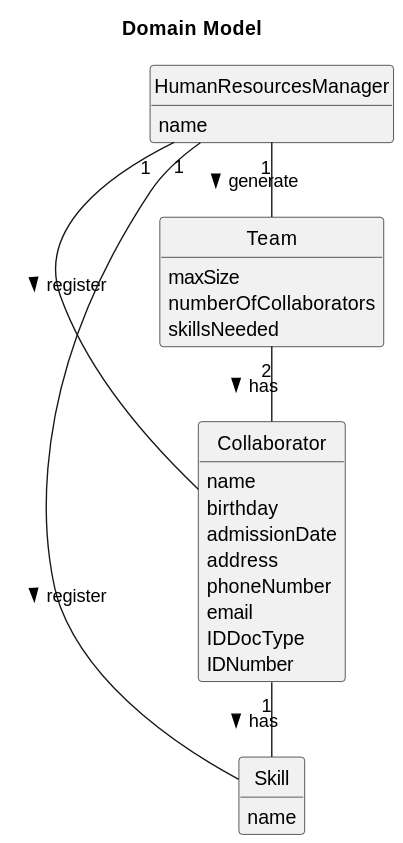
daniel41silva05/ISEP_2023_2024_LAPR2 keeps this PlantUML diagram as docs/sprintA/us05/02.analysis/svg/us05-domain-model.svg. Above is the earlier version.
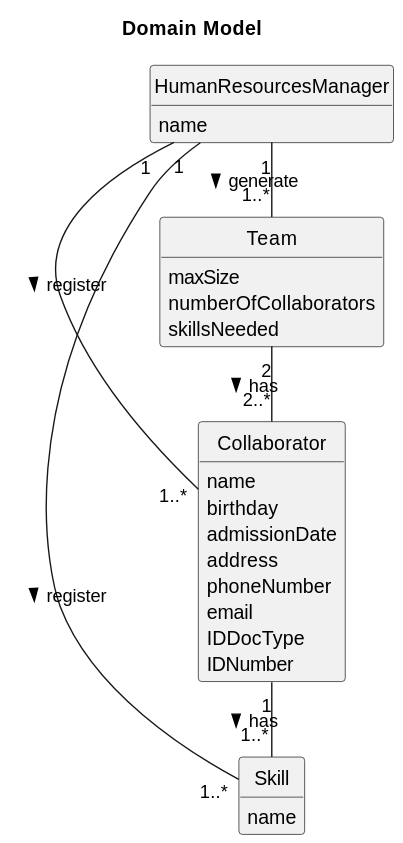
Later version of the same file.

Commit message:
Update US05, US01 and global domain

Change to the diagram source:
```diff
@@ -37,9 +37,9 @@
     name
 }
 
-HumanResourcesManager "1" - Team : generate >
-HumanResourcesManager "1" - Collaborator : register >
-Team "2" - Collaborator : has >
-Collaborator "1" - Skill : has >
-HumanResourcesManager "1" - Skill : register >
+HumanResourcesManager "1" - "1..*" Team : generate >
+HumanResourcesManager "1" - "1..*" Collaborator : register >
+Team "2" - "2..*" Collaborator : has >
+Collaborator "1" - "1..*" Skill : has >
+HumanResourcesManager "1" - "1..*" Skill : register >
 @enduml
```
